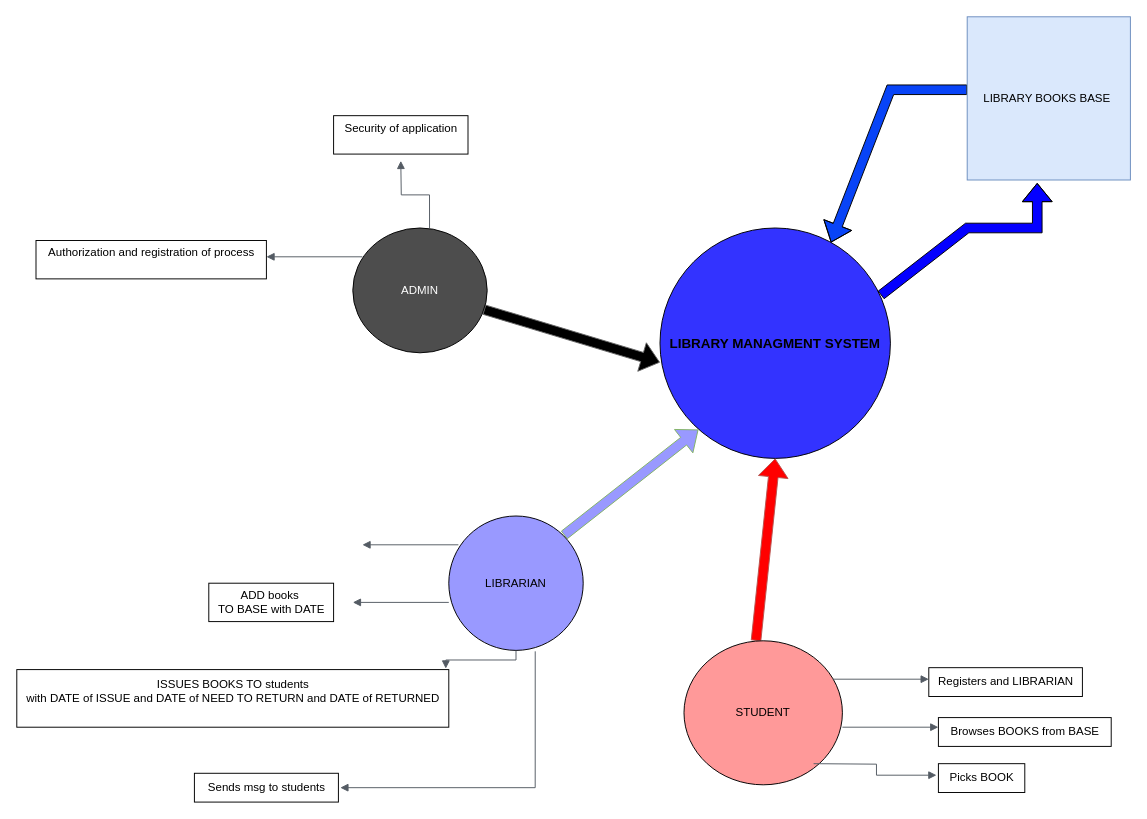
Sofre/Library-Management-System- keeps this draw.io diagram as Untitled Diagram.drawio. Above is the earlier version. Source tidied: cells renumbered, new cells numbered last; positions are measured from the earlier drawing's top-left corner, leaving out a move shared by most shapes. Both pictures are drawn from the tidied source at 96%, with x=0, y=0 at pixel (16, 16).
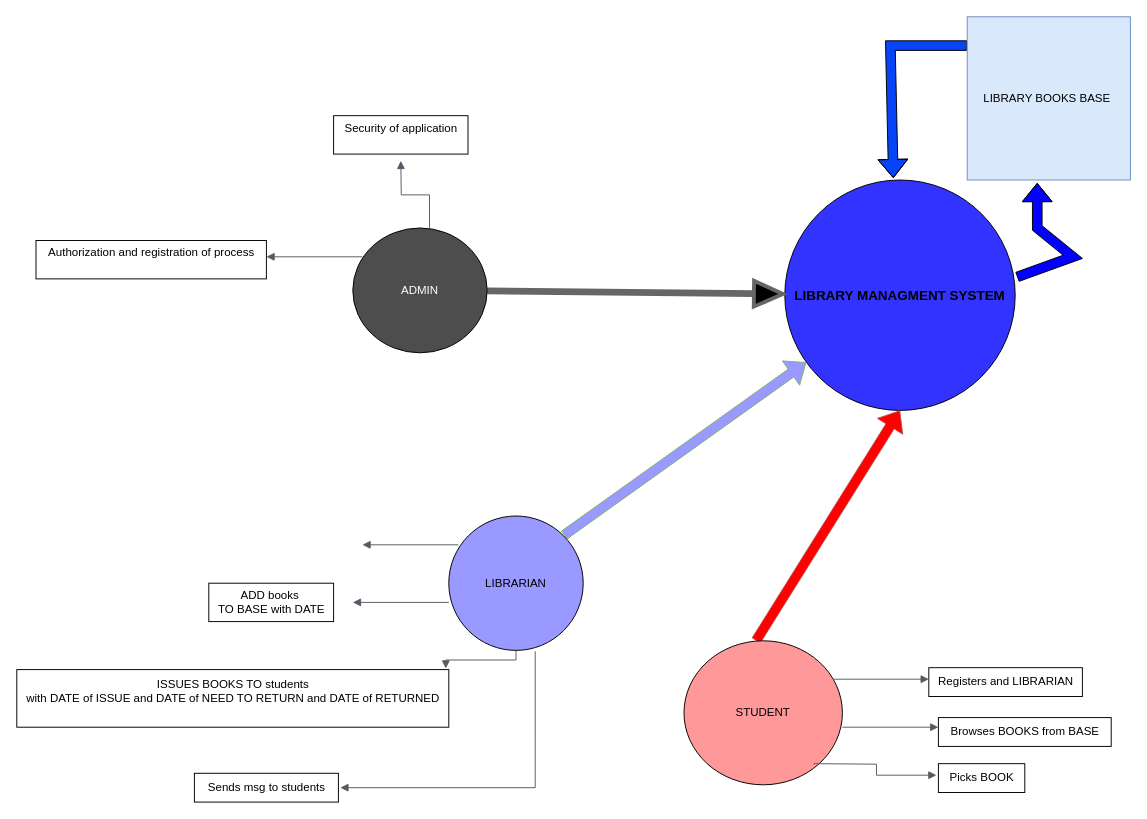
After the change.

The change refers to these unchanged cells:
```xml
<mxCell id="8" value="&lt;font color=&quot;#ffffff&quot;&gt;ADMIN&lt;/font&gt;" style="ellipse;whiteSpace=wrap;html=1;fillColor=#4D4D4D;" parent="1" vertex="1">
  <mxGeometry x="350" y="220" width="140" height="130" as="geometry" />
</mxCell>
<mxCell id="11" value="LIBRARY BOOKS BASE&amp;nbsp;" style="whiteSpace=wrap;html=1;fillColor=#dae8fc;strokeColor=#6c8ebf;" parent="1" vertex="1">
  <mxGeometry x="990" width="170" height="170" as="geometry" />
</mxCell>
```

Change to the diagram source:
```diff
@@
     <mxCell id="2" value="&lt;div style=&quot;text-align: justify;&quot;&gt;&lt;font style=&quot;font-size: 14px;&quot;&gt;&lt;b&gt;LIBRARY MANAGMENT SYSTEM&lt;/b&gt;&lt;/font&gt;&lt;/div&gt;" style="ellipse;whiteSpace=wrap;html=1;fillColor=#3333FF;" parent="1" vertex="1">
-      <mxGeometry x="670" y="220" width="240" height="240" as="geometry" />
+      <mxGeometry x="800" y="170" width="240" height="240" as="geometry" />
     </mxCell>
-    <mxCell id="3" style="shape=flexArrow;endArrow=classic;html=1;rounded=0;fillColor=#000000;strokeColor=#666666;" parent="1" edge="1" source="8">
-      <mxGeometry relative="1" as="geometry">
-        <mxPoint x="670" y="360" as="targetPoint" />
-      </mxGeometry>
+    <mxCell id="3" style="shape=flexArrow;endArrow=classic;html=1;rounded=0;fillColor=#000000;strokeColor=#666666;width=0;endSize=8.73;strokeWidth=4;" parent="1" edge="1" source="8" target="2">
+      <mxGeometry relative="1" as="geometry" />
     </mxCell>
-    <mxCell id="4" style="shape=flexArrow;endArrow=classic;html=1;rounded=0;fillColor=#9999FF;strokeColor=#82b366;" parent="1" edge="1">
+    <mxCell id="4" style="shape=flexArrow;endArrow=classic;html=1;rounded=0;fillColor=#9999FF;strokeColor=#82b366;" parent="1" edge="1" target="2">
       <mxGeometry relative="1" as="geometry">
         <mxPoint x="570" y="540" as="sourcePoint" />
-        <mxPoint x="710" y="430" as="targetPoint" />
       </mxGeometry>
     </mxCell>
@@
-    <mxCell id="6" style="shape=flexArrow;endArrow=classic;html=1;rounded=0;fillColor=#0400ff;entryX=0.429;entryY=1.018;entryDx=0;entryDy=0;entryPerimeter=0;" parent="1" edge="1" target="11">
+    <mxCell id="6" style="shape=flexArrow;endArrow=classic;html=1;rounded=0;fillColor=#0400ff;entryX=0.429;entryY=1.018;entryDx=0;entryDy=0;entryPerimeter=0;exitX=1.008;exitY=0.421;exitDx=0;exitDy=0;exitPerimeter=0;" parent="1" edge="1" source="2" target="11">
       <mxGeometry relative="1" as="geometry">
-        <mxPoint x="900" y="290" as="sourcePoint" />
         <Array as="points">
-          <mxPoint x="990" y="220" />
+          <mxPoint x="1100" y="250" />
           <mxPoint x="1063" y="220" />
         </Array>
       </mxGeometry>
     </mxCell>
-    <mxCell id="7" style="shape=flexArrow;endArrow=classic;html=1;rounded=0;fillColor=#0844f7;exitX=0;exitY=0.447;exitDx=0;exitDy=0;exitPerimeter=0;entryX=0.742;entryY=0.063;entryDx=0;entryDy=0;entryPerimeter=0;" parent="1" edge="1" source="11" target="2">
+    <mxCell id="7" style="shape=flexArrow;endArrow=classic;html=1;rounded=0;fillColor=#0844f7;exitX=0;exitY=0.447;exitDx=0;exitDy=0;exitPerimeter=0;entryX=0.471;entryY=-0.008;entryDx=0;entryDy=0;entryPerimeter=0;" parent="1" edge="1" target="2">
       <mxGeometry relative="1" as="geometry">
+        <mxPoint x="990" y="30" as="sourcePoint" />
         <Array as="points">
-          <mxPoint x="910" y="76" />
+          <mxPoint x="910" y="30" />
         </Array>
       </mxGeometry>
     </mxCell>
```
